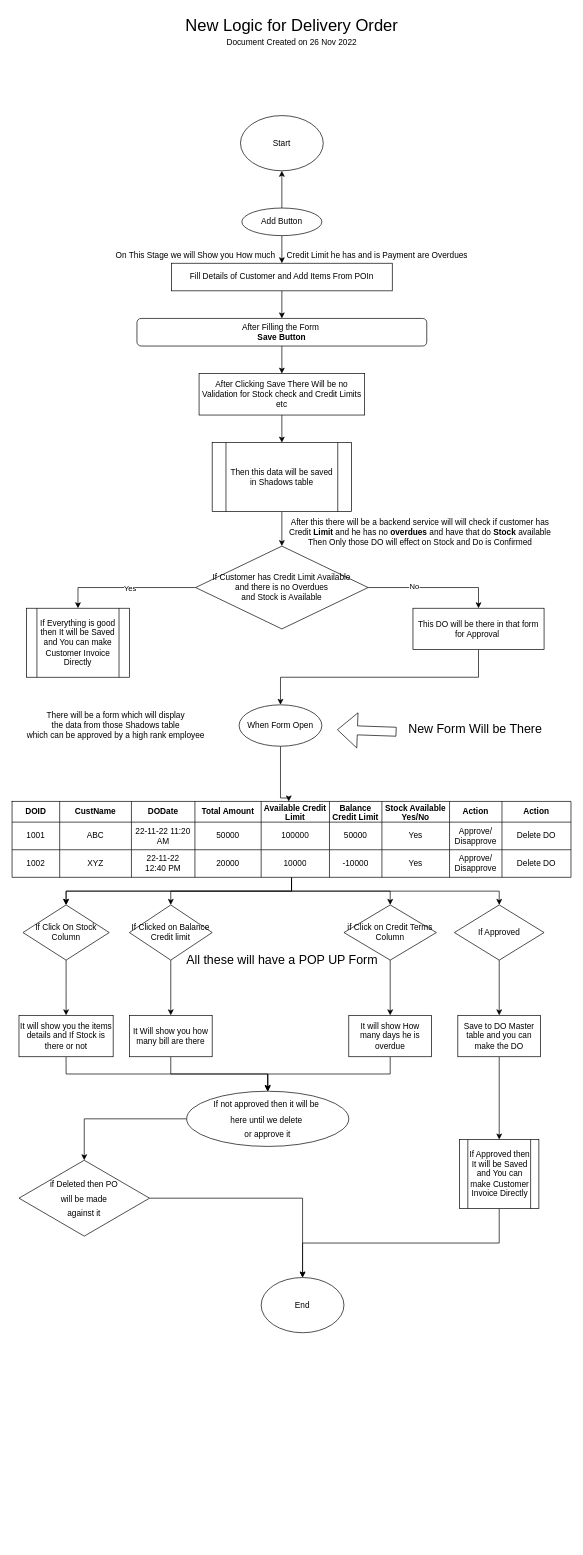
Before: Untitled Diagram.drawio in Snag-hub/Gui.Net, a draw.io diagram. Source tidied: cells renumbered, new cells numbered last; positions are measured from the earlier drawing's top-left corner, leaving out a move shared by most shapes. Both pictures are drawn from the tidied source at 69%, with x=0, y=0 at pixel (12, 12).
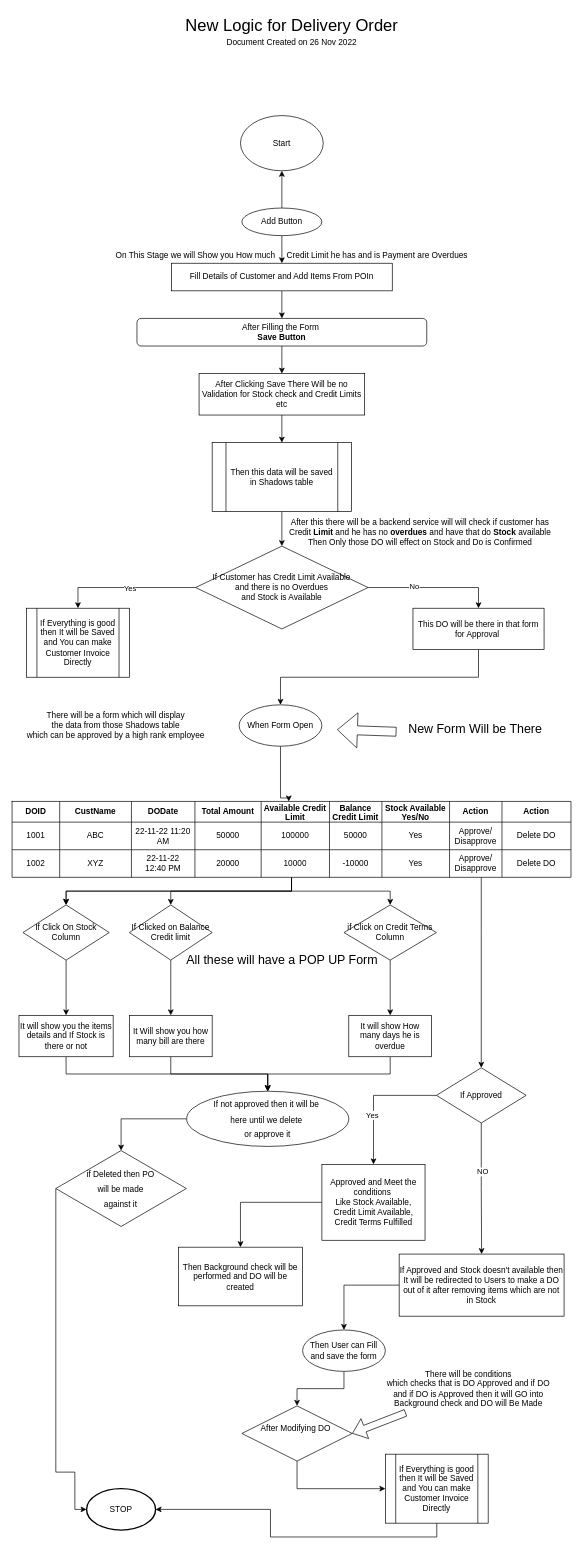
The same page after the edit.

Unchanged cells that the change refers to:
```xml
<mxCell id="30" style="shape=table;startSize=0;childLayout=tableLayout;" parent="1" vertex="1">
  <mxGeometry y="1144" width="810" height="110" as="geometry" />
</mxCell>
<mxCell id="51" style="shape=tableRow;horizontal=0;startSize=0;swimlaneHead=0;swimlaneBody=0;top=0;left=0;bottom=0;right=0;fillColor=none;points=[[0,0.5],[1,0.5]];portConstraint=eastwest;" parent="30" vertex="1">
  <mxGeometry y="70" width="810" height="40" as="geometry" />
</mxCell>
```

Diff of the diagram source:
```diff
@@
-    <mxCell id="25" style="edgeStyle=orthogonalEdgeStyle;rounded=0;jettySize=auto;html=1;fontSize=14;" parent="1" edge="1" source="30" target="62">
-      <mxGeometry relative="1" as="geometry" />
-    </mxCell>
@@
-    <mxCell id="61" style="edgeStyle=orthogonalEdgeStyle;rounded=0;jettySize=auto;html=1;fontSize=14;" parent="1" edge="1" source="62" target="64">
-      <mxGeometry relative="1" as="geometry" />
-    </mxCell>
+    <mxCell id="91" style="edgeStyle=orthogonalEdgeStyle;rounded=0;jettySize=auto;html=1;" parent="1" edge="1" source="62" target="98">
+      <mxGeometry relative="1" as="geometry" />
+    </mxCell>
+    <mxCell id="92" value="Yes" style="edgeLabel;html=1;align=center;verticalAlign=middle;" parent="91" vertex="1">
+      <mxGeometry x="0.25" y="-2" relative="1" as="geometry" />
+    </mxCell>
+    <mxCell id="93" style="edgeStyle=orthogonalEdgeStyle;rounded=0;jettySize=auto;html=1;" parent="1" edge="1" source="62" target="101">
+      <mxGeometry relative="1" as="geometry" />
+    </mxCell>
+    <mxCell id="94" value="NO" style="edgeLabel;html=1;align=center;verticalAlign=middle;" parent="93" vertex="1">
+      <mxGeometry x="-0.27" y="1" relative="1" as="geometry" />
+    </mxCell>
     <mxCell id="62" value="If Approved" style="rhombus;whiteSpace=wrap;html=1;startSize=0;" parent="1" vertex="1">
-      <mxGeometry x="641" y="1294" width="130" height="80" as="geometry" />
+      <mxGeometry x="615" y="1530" width="130" height="80" as="geometry" />
     </mxCell>
-    <mxCell id="63" style="edgeStyle=orthogonalEdgeStyle;rounded=0;jettySize=auto;html=1;exitX=0.5;exitY=1;exitDx=0;exitDy=0;fontSize=18;" parent="1" edge="1" source="64" target="83">
-      <mxGeometry relative="1" as="geometry" />
-    </mxCell>
-    <mxCell id="64" value="Save to DO Master table and you can make the DO" style="whiteSpace=wrap;html=1;startSize=0;" parent="1" vertex="1">
-      <mxGeometry x="646" y="1454" width="120" height="60" as="geometry" />
-    </mxCell>
@@
-    <mxCell id="80" style="edgeStyle=orthogonalEdgeStyle;rounded=0;jettySize=auto;html=1;exitX=1;exitY=0.5;exitDx=0;exitDy=0;entryX=0.5;entryY=0;entryDx=0;entryDy=0;" parent="1" edge="1" source="81" target="85">
-      <mxGeometry relative="1" as="geometry" />
-    </mxCell>
+    <mxCell id="95" style="edgeStyle=orthogonalEdgeStyle;rounded=0;jettySize=auto;html=1;exitX=0;exitY=0.5;exitDx=0;exitDy=0;entryX=0;entryY=0.5;entryDx=0;entryDy=0;entryPerimeter=0;" parent="1" edge="1" source="81" target="110">
+      <mxGeometry relative="1" as="geometry">
+        <Array as="points">
+          <mxPoint x="63" y="2116" />
+          <mxPoint x="91" y="2116" />
+        </Array>
+      </mxGeometry>
+    </mxCell>
     <mxCell id="81" value="&lt;span style=&quot;font-size: 12px;&quot;&gt;if Deleted then PO&lt;br&gt;will be made&lt;br&gt;against it&lt;br&gt;&lt;/span&gt;" style="rhombus;whiteSpace=wrap;html=1;fontSize=18;" parent="1" vertex="1">
-      <mxGeometry x="10" y="1664" width="189.2" height="110" as="geometry" />
+      <mxGeometry x="63.4" y="1650" width="189.2" height="110" as="geometry" />
     </mxCell>
-    <mxCell id="82" style="edgeStyle=orthogonalEdgeStyle;rounded=0;jettySize=auto;html=1;exitX=0.5;exitY=1;exitDx=0;exitDy=0;" parent="1" edge="1" source="83" target="85">
-      <mxGeometry relative="1" as="geometry" />
-    </mxCell>
-    <mxCell id="83" value="If Approved then It will be Saved and You can make Customer Invoice Directly" style="shape=process;whiteSpace=wrap;html=1;backgroundOutline=1;" parent="1" vertex="1">
-      <mxGeometry x="648.5" y="1634" width="115" height="100" as="geometry" />
-    </mxCell>
@@
-    <mxCell id="85" value="End" style="ellipse;whiteSpace=wrap;html=1;" parent="1" vertex="1">
-      <mxGeometry x="361" y="1834" width="120" height="80" as="geometry" />
-    </mxCell>
@@
+    <mxCell id="96" style="edgeStyle=orthogonalEdgeStyle;rounded=0;jettySize=auto;html=1;entryX=0.5;entryY=0;entryDx=0;entryDy=0;" parent="1" edge="1" source="51" target="62">
+      <mxGeometry relative="1" as="geometry">
+        <Array as="points">
+          <mxPoint x="680" y="1330" />
+          <mxPoint x="680" y="1330" />
+        </Array>
+      </mxGeometry>
+    </mxCell>
+    <mxCell id="97" style="edgeStyle=orthogonalEdgeStyle;rounded=0;jettySize=auto;html=1;" parent="1" edge="1" source="98" target="99">
+      <mxGeometry relative="1" as="geometry" />
+    </mxCell>
+    <mxCell id="98" value="Approved and Meet the conditions&amp;nbsp;&lt;br&gt;Like Stock Available,&lt;br&gt;Credit Limit Available,&lt;br&gt;Credit Terms Fulfilled" style="whiteSpace=wrap;html=1;startSize=0;" parent="1" vertex="1">
+      <mxGeometry x="449" y="1670" width="149.5" height="110" as="geometry" />
+    </mxCell>
+    <mxCell id="99" value="Then Background check will be performed and DO will be created" style="whiteSpace=wrap;html=1;startSize=0;" parent="1" vertex="1">
+      <mxGeometry x="241" y="1790" width="180" height="85" as="geometry" />
+    </mxCell>
+    <mxCell id="100" style="edgeStyle=orthogonalEdgeStyle;rounded=0;jettySize=auto;html=1;" parent="1" edge="1" source="101" target="103">
+      <mxGeometry relative="1" as="geometry" />
+    </mxCell>
+    <mxCell id="101" value="If Approved and Stock doesn't available then It will be redirected to Users to make a DO out of it after removing items which are not in Stock" style="whiteSpace=wrap;html=1;startSize=0;" parent="1" vertex="1">
+      <mxGeometry x="561" y="1800" width="239" height="90" as="geometry" />
+    </mxCell>
+    <mxCell id="102" style="edgeStyle=orthogonalEdgeStyle;rounded=0;jettySize=auto;html=1;" parent="1" edge="1" source="103" target="105">
+      <mxGeometry relative="1" as="geometry" />
+    </mxCell>
+    <mxCell id="103" value="Then User can Fill and save the form" style="ellipse;whiteSpace=wrap;html=1;startSize=0;" parent="1" vertex="1">
+      <mxGeometry x="421" y="1910" width="120" height="60" as="geometry" />
+    </mxCell>
+    <mxCell id="104" style="edgeStyle=orthogonalEdgeStyle;rounded=0;jettySize=auto;html=1;exitX=0.5;exitY=1;exitDx=0;exitDy=0;entryX=0;entryY=0.5;entryDx=0;entryDy=0;" parent="1" edge="1" source="105" target="109">
+      <mxGeometry relative="1" as="geometry" />
+    </mxCell>
+    <mxCell id="105" value="After Modifying DO&amp;nbsp;&lt;br&gt;&amp;nbsp;&amp;nbsp;" style="rhombus;whiteSpace=wrap;html=1;startSize=0;" parent="1" vertex="1">
+      <mxGeometry x="333" y="2020" width="160" height="80" as="geometry" />
+    </mxCell>
+    <mxCell id="106" value="There will be conditions&lt;br&gt;which checks that is DO Approved and if DO&lt;br&gt;and if DO is Approved then it will GO into&lt;br&gt;Background check and DO will Be Made" style="text;html=1;align=center;verticalAlign=middle;points=[];strokeColor=none;fillColor=none;" parent="1" vertex="1">
+      <mxGeometry x="531" y="1960" width="260" height="70" as="geometry" />
+    </mxCell>
+    <mxCell id="107" style="shape=flexArrow;endArrow=classic;html=1;rounded=0;entryX=1;entryY=0.5;entryDx=0;entryDy=0;" parent="1" edge="1" source="106" target="105">
+      <mxGeometry relative="1" as="geometry" />
+    </mxCell>
+    <mxCell id="108" style="edgeStyle=orthogonalEdgeStyle;rounded=0;jettySize=auto;html=1;exitX=0.5;exitY=1;exitDx=0;exitDy=0;entryX=1;entryY=0.5;entryDx=0;entryDy=0;entryPerimeter=0;" parent="1" edge="1" source="109" target="110">
+      <mxGeometry relative="1" as="geometry" />
+    </mxCell>
+    <mxCell id="109" value="If Everything is good then It will be Saved and You can make Customer Invoice Directly" style="shape=process;whiteSpace=wrap;html=1;backgroundOutline=1;" parent="1" vertex="1">
+      <mxGeometry x="541" y="2090" width="149" height="100" as="geometry" />
+    </mxCell>
+    <mxCell id="110" value="STOP" style="strokeWidth=2;html=1;shape=mxgraph.flowchart.start_1;whiteSpace=wrap;" parent="1" vertex="1">
+      <mxGeometry x="108" y="2140" width="100" height="60" as="geometry" />
+    </mxCell>
```
